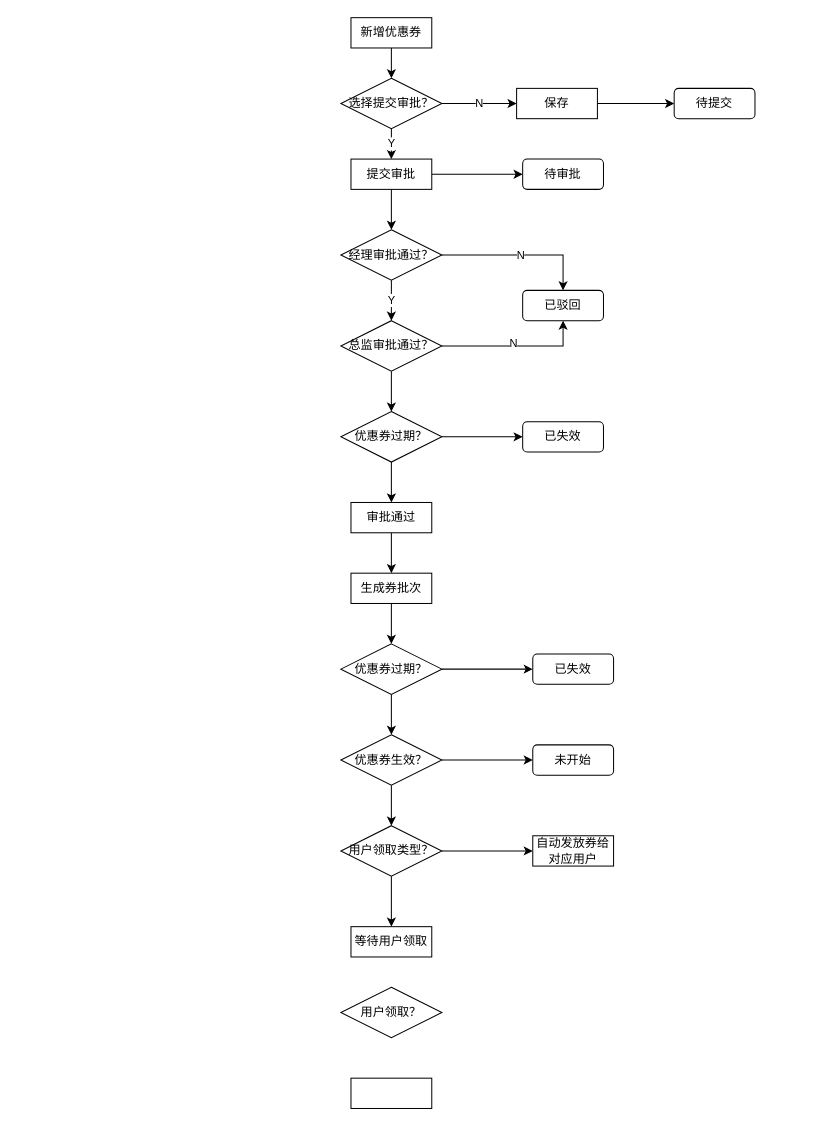
ppp-203/wc keeps this draw.io diagram as Untitled Diagram.drawio. Above is the earlier version. Source tidied: cells renumbered, new cells numbered last; positions are measured from the earlier drawing's top-left corner, leaving out a move shared by most shapes. Both pictures are drawn from the tidied source at 101%, with x=0, y=0 at pixel (340, 17).
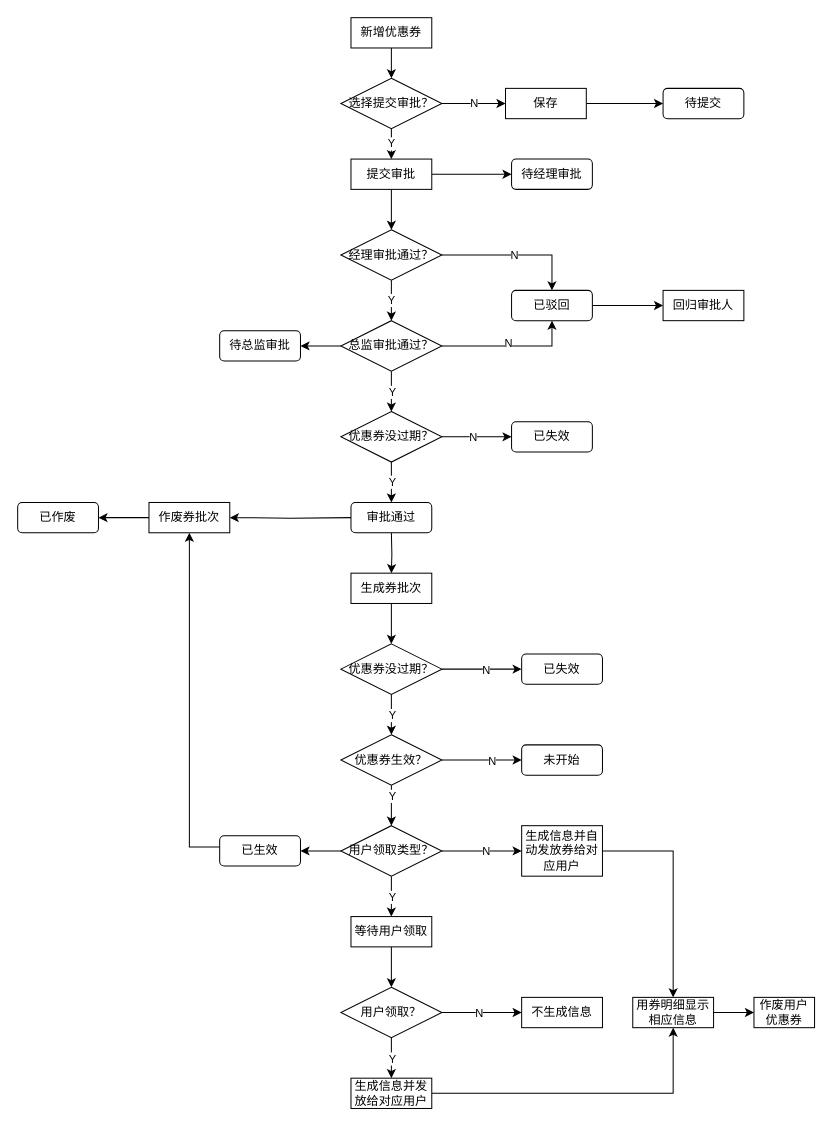
The same diagram, later.

Unchanged cells that the change refers to:
```xml
<mxCell id="10" value="生成券批次" style="rounded=0;whiteSpace=wrap;html=1;" parent="1" vertex="1">
  <mxGeometry x="10" y="550" width="80" height="30" as="geometry" />
</mxCell>
<mxCell id="23" style="edgeStyle=orthogonalEdgeStyle;rounded=0;jettySize=auto;html=1;exitX=0.5;exitY=1;exitDx=0;exitDy=0;entryX=0.5;entryY=0;entryDx=0;entryDy=0;" parent="1" edge="1" source="24" target="29">
  <mxGeometry relative="1" as="geometry" />
</mxCell>
<mxCell id="24" value="总监审批通过？" style="rhombus;whiteSpace=wrap;html=1;" parent="1" vertex="1">
  <mxGeometry y="300" width="100" height="50" as="geometry" />
</mxCell>
<mxCell id="27" style="edgeStyle=orthogonalEdgeStyle;rounded=0;jettySize=auto;html=1;exitX=1;exitY=0.5;exitDx=0;exitDy=0;" parent="1" edge="1" source="29" target="30">
  <mxGeometry relative="1" as="geometry" />
</mxCell>
<mxCell id="34" style="edgeStyle=orthogonalEdgeStyle;rounded=0;jettySize=auto;html=1;exitX=1;exitY=0.5;exitDx=0;exitDy=0;" parent="1" edge="1" source="36" target="31">
  <mxGeometry relative="1" as="geometry" />
</mxCell>
<mxCell id="35" style="edgeStyle=orthogonalEdgeStyle;rounded=0;jettySize=auto;html=1;exitX=0.5;exitY=1;exitDx=0;exitDy=0;entryX=0.5;entryY=0;entryDx=0;entryDy=0;" parent="1" edge="1" source="36" target="43">
  <mxGeometry relative="1" as="geometry" />
</mxCell>
<mxCell id="37" style="edgeStyle=orthogonalEdgeStyle;rounded=0;jettySize=auto;html=1;exitX=1;exitY=0.5;exitDx=0;exitDy=0;entryX=0;entryY=0.5;entryDx=0;entryDy=0;" parent="1" edge="1" source="39" target="40">
  <mxGeometry relative="1" as="geometry" />
</mxCell>
<mxCell id="38" style="edgeStyle=orthogonalEdgeStyle;rounded=0;jettySize=auto;html=1;exitX=0.5;exitY=1;exitDx=0;exitDy=0;" parent="1" edge="1" source="39" target="36">
  <mxGeometry relative="1" as="geometry">
    <Array as="points">
      <mxPoint x="50" y="680" />
      <mxPoint x="50" y="680" />
    </Array>
  </mxGeometry>
</mxCell>
<mxCell id="41" style="edgeStyle=orthogonalEdgeStyle;rounded=0;jettySize=auto;html=1;exitX=1;exitY=0.5;exitDx=0;exitDy=0;" parent="1" edge="1" source="43" target="44">
  <mxGeometry relative="1" as="geometry" />
</mxCell>
<mxCell id="42" style="edgeStyle=orthogonalEdgeStyle;rounded=0;jettySize=auto;html=1;exitX=0.5;exitY=1;exitDx=0;exitDy=0;" parent="1" edge="1" source="43" target="32">
  <mxGeometry relative="1" as="geometry" />
</mxCell>
<mxCell id="43" value="用户领取类型？" style="rhombus;whiteSpace=wrap;html=1;" parent="1" vertex="1">
  <mxGeometry y="800" width="100" height="50" as="geometry" />
</mxCell>
<mxCell id="45" value="用户领取？" style="rhombus;whiteSpace=wrap;html=1;" parent="1" vertex="1">
  <mxGeometry y="960" width="100" height="50" as="geometry" />
</mxCell>
```

Diff of the diagram source:
```diff
@@
-    <mxCell id="7" style="edgeStyle=orthogonalEdgeStyle;rounded=0;jettySize=auto;html=1;exitX=0.5;exitY=1;exitDx=0;exitDy=0;entryX=0.5;entryY=0;entryDx=0;entryDy=0;" parent="1" edge="1" source="8" target="10">
-      <mxGeometry relative="1" as="geometry" />
+    <mxCell id="7" style="edgeStyle=orthogonalEdgeStyle;rounded=0;jettySize=auto;html=1;exitX=0.5;exitY=1;exitDx=0;exitDy=0;entryX=0.5;entryY=0;entryDx=0;entryDy=0;" parent="1" edge="1" target="10">
+      <mxGeometry relative="1" as="geometry">
+        <mxPoint x="50" y="510" as="sourcePoint" />
+      </mxGeometry>
     </mxCell>
-    <mxCell id="8" value="审批通过" style="rounded=0;whiteSpace=wrap;html=1;" parent="1" vertex="1">
-      <mxGeometry x="10" y="480" width="80" height="30" as="geometry" />
-    </mxCell>
+    <mxCell id="46" style="edgeStyle=orthogonalEdgeStyle;rounded=0;jettySize=auto;html=1;" parent="1" edge="1" target="74">
+      <mxGeometry relative="1" as="geometry">
+        <mxPoint x="10" y="495" as="sourcePoint" />
+      </mxGeometry>
+    </mxCell>
@@
     <mxCell id="11" value="待提交" style="rounded=1;whiteSpace=wrap;html=1;" parent="1" vertex="1">
-      <mxGeometry x="330" y="70" width="80" height="30" as="geometry" />
+      <mxGeometry x="319" y="70" width="80" height="30" as="geometry" />
     </mxCell>
-    <mxCell id="12" value="待审批" style="rounded=1;whiteSpace=wrap;html=1;" parent="1" vertex="1">
-      <mxGeometry x="180" y="140" width="80" height="30" as="geometry" />
+    <mxCell id="12" value="待经理审批" style="rounded=1;whiteSpace=wrap;html=1;" parent="1" vertex="1">
+      <mxGeometry x="169" y="140" width="80" height="30" as="geometry" />
     </mxCell>
@@
     <mxCell id="20" value="保存" style="rounded=0;whiteSpace=wrap;html=1;" parent="1" vertex="1">
-      <mxGeometry x="174" y="70" width="80" height="30" as="geometry" />
+      <mxGeometry x="163" y="70" width="80" height="30" as="geometry" />
     </mxCell>
@@
+    <mxCell id="47" value="Y" style="edgeLabel;html=1;align=center;verticalAlign=middle;" parent="23" vertex="1">
+      <mxGeometry x="0.4" y="10" relative="1" as="geometry">
+        <mxPoint x="-10" y="-8" as="offset" />
+      </mxGeometry>
+    </mxCell>
+    <mxCell id="48" style="edgeStyle=orthogonalEdgeStyle;rounded=0;jettySize=auto;html=1;exitX=0;exitY=0.5;exitDx=0;exitDy=0;entryX=1;entryY=0.5;entryDx=0;entryDy=0;" parent="1" edge="1" source="24" target="68">
+      <mxGeometry relative="1" as="geometry" />
+    </mxCell>
@@
+    <mxCell id="49" style="edgeStyle=orthogonalEdgeStyle;rounded=0;jettySize=auto;html=1;" parent="1" edge="1" source="25" target="72">
+      <mxGeometry relative="1" as="geometry" />
+    </mxCell>
     <mxCell id="25" value="已驳回" style="rounded=1;whiteSpace=wrap;html=1;" parent="1" vertex="1">
-      <mxGeometry x="180" y="270" width="80" height="30" as="geometry" />
+      <mxGeometry x="169" y="270" width="80" height="30" as="geometry" />
     </mxCell>
@@
+    <mxCell id="50" value="N" style="edgeLabel;html=1;align=center;verticalAlign=middle;" parent="27" vertex="1">
+      <mxGeometry x="0.75" y="-4" relative="1" as="geometry">
+        <mxPoint x="-30" y="-4" as="offset" />
+      </mxGeometry>
+    </mxCell>
-    <mxCell id="28" style="edgeStyle=orthogonalEdgeStyle;rounded=0;jettySize=auto;html=1;exitX=0.5;exitY=1;exitDx=0;exitDy=0;entryX=0.5;entryY=0;entryDx=0;entryDy=0;" parent="1" edge="1" source="29" target="8">
-      <mxGeometry relative="1" as="geometry" />
+    <mxCell id="28" style="edgeStyle=orthogonalEdgeStyle;rounded=0;jettySize=auto;html=1;exitX=0.5;exitY=1;exitDx=0;exitDy=0;entryX=0.5;entryY=0;entryDx=0;entryDy=0;" parent="1" edge="1" source="29">
+      <mxGeometry relative="1" as="geometry">
+        <mxPoint x="50" y="480" as="targetPoint" />
+      </mxGeometry>
     </mxCell>
+    <mxCell id="51" value="Y" style="edgeLabel;html=1;align=center;verticalAlign=middle;" parent="28" vertex="1">
+      <mxGeometry x="0.4" y="-10" relative="1" as="geometry">
+        <mxPoint x="10" y="-8" as="offset" />
+      </mxGeometry>
+    </mxCell>
-    <mxCell id="29" value="优惠券过期？" style="rhombus;whiteSpace=wrap;html=1;" parent="1" vertex="1">
+    <mxCell id="29" value="优惠券没过期？" style="rhombus;whiteSpace=wrap;html=1;" parent="1" vertex="1">
       <mxGeometry y="390" width="100" height="50" as="geometry" />
     </mxCell>
     <mxCell id="30" value="已失效" style="rounded=1;whiteSpace=wrap;html=1;" parent="1" vertex="1">
-      <mxGeometry x="180" y="400" width="80" height="30" as="geometry" />
+      <mxGeometry x="169" y="400" width="80" height="30" as="geometry" />
     </mxCell>
     <mxCell id="31" value="未开始" style="rounded=1;whiteSpace=wrap;html=1;" parent="1" vertex="1">
-      <mxGeometry x="190" y="720" width="80" height="30" as="geometry" />
+      <mxGeometry x="179" y="720" width="80" height="30" as="geometry" />
     </mxCell>
+    <mxCell id="52" style="edgeStyle=orthogonalEdgeStyle;rounded=0;jettySize=auto;html=1;exitX=0.5;exitY=1;exitDx=0;exitDy=0;entryX=0.5;entryY=0;entryDx=0;entryDy=0;" parent="1" edge="1" source="32" target="45">
+      <mxGeometry relative="1" as="geometry" />
+    </mxCell>
+    <mxCell id="53" style="edgeStyle=orthogonalEdgeStyle;rounded=0;jettySize=auto;html=1;exitX=0.013;exitY=0.367;exitDx=0;exitDy=0;exitPerimeter=0;" parent="1" edge="1" source="67" target="74">
+      <mxGeometry relative="1" as="geometry" />
+    </mxCell>
     <mxCell id="32" value="等待用户领取" style="rounded=0;whiteSpace=wrap;html=1;" parent="1" vertex="1">
-      <mxGeometry x="10" y="900" width="80" height="30" as="geometry" />
+      <mxGeometry x="10" y="890" width="80" height="30" as="geometry" />
     </mxCell>
+    <mxCell id="54" style="edgeStyle=orthogonalEdgeStyle;rounded=0;jettySize=auto;html=1;exitX=1;exitY=0.5;exitDx=0;exitDy=0;entryX=0.5;entryY=1;entryDx=0;entryDy=0;" parent="1" edge="1" source="33" target="71">
+      <mxGeometry relative="1" as="geometry" />
+    </mxCell>
-    <mxCell id="33" style="rounded=0;whiteSpace=wrap;html=1;" parent="1" vertex="1">
+    <mxCell id="33" value="生成信息并发放给对应用户" style="rounded=0;whiteSpace=wrap;html=1;" parent="1" vertex="1">
       <mxGeometry x="10" y="1050" width="80" height="30" as="geometry" />
     </mxCell>
@@
+    <mxCell id="55" value="N" style="edgeLabel;html=1;align=center;verticalAlign=middle;" parent="34" vertex="1">
+      <mxGeometry x="0.24" y="-4" relative="1" as="geometry">
+        <mxPoint y="-4" as="offset" />
+      </mxGeometry>
+    </mxCell>
@@
+    <mxCell id="56" value="Y" style="edgeLabel;html=1;align=center;verticalAlign=middle;" parent="35" vertex="1">
+      <mxGeometry x="0.4" y="-10" relative="1" as="geometry">
+        <mxPoint x="10" y="-18" as="offset" />
+      </mxGeometry>
+    </mxCell>
@@
+    <mxCell id="57" value="N" style="edgeLabel;html=1;align=center;verticalAlign=middle;" parent="37" vertex="1">
+      <mxGeometry x="0.22" y="-3" relative="1" as="geometry">
+        <mxPoint x="-5" y="-3" as="offset" />
+      </mxGeometry>
+    </mxCell>
@@
+    <mxCell id="58" value="Y" style="edgeLabel;html=1;align=center;verticalAlign=middle;" parent="38" vertex="1">
+      <mxGeometry x="0.25" y="11" relative="1" as="geometry">
+        <mxPoint x="-11" y="-5" as="offset" />
+      </mxGeometry>
+    </mxCell>
-    <mxCell id="39" value="优惠券过期？" style="rhombus;whiteSpace=wrap;html=1;" parent="1" vertex="1">
+    <mxCell id="39" value="优惠券没过期？" style="rhombus;whiteSpace=wrap;html=1;" parent="1" vertex="1">
       <mxGeometry y="620" width="100" height="50" as="geometry" />
     </mxCell>
     <mxCell id="40" value="已失效" style="rounded=1;whiteSpace=wrap;html=1;" parent="1" vertex="1">
-      <mxGeometry x="190" y="630" width="80" height="30" as="geometry" />
+      <mxGeometry x="179" y="630" width="80" height="30" as="geometry" />
     </mxCell>
@@
+    <mxCell id="59" value="N" style="edgeLabel;html=1;align=center;verticalAlign=middle;" parent="41" vertex="1">
+      <mxGeometry x="0.22" y="-4" relative="1" as="geometry">
+        <mxPoint x="-5" y="-4" as="offset" />
+      </mxGeometry>
+    </mxCell>
@@
+    <mxCell id="60" value="Y" style="edgeLabel;html=1;align=center;verticalAlign=middle;" parent="42" vertex="1">
+      <mxGeometry x="0.25" y="-11" relative="1" as="geometry">
+        <mxPoint x="11" y="-5" as="offset" />
+      </mxGeometry>
+    </mxCell>
+    <mxCell id="61" style="edgeStyle=orthogonalEdgeStyle;rounded=0;jettySize=auto;html=1;exitX=0;exitY=0.5;exitDx=0;exitDy=0;" parent="1" edge="1" source="43" target="67">
+      <mxGeometry relative="1" as="geometry" />
+    </mxCell>
@@
+    <mxCell id="62" style="edgeStyle=orthogonalEdgeStyle;rounded=0;jettySize=auto;html=1;exitX=1;exitY=0.5;exitDx=0;exitDy=0;entryX=0.5;entryY=0;entryDx=0;entryDy=0;" parent="1" edge="1" source="44" target="71">
+      <mxGeometry relative="1" as="geometry" />
+    </mxCell>
-    <mxCell id="44" value="自动发放券给对应用户" style="rounded=0;whiteSpace=wrap;html=1;" parent="1" vertex="1">
-      <mxGeometry x="190" y="810" width="80" height="30" as="geometry" />
+    <mxCell id="44" value="生成信息并自动发放券给对应用户" style="rounded=0;whiteSpace=wrap;html=1;" parent="1" vertex="1">
+      <mxGeometry x="179" y="800" width="80" height="50" as="geometry" />
     </mxCell>
+    <mxCell id="63" style="edgeStyle=orthogonalEdgeStyle;rounded=0;jettySize=auto;html=1;exitX=0.5;exitY=1;exitDx=0;exitDy=0;" parent="1" edge="1" source="45" target="33">
+      <mxGeometry relative="1" as="geometry" />
+    </mxCell>
+    <mxCell id="64" value="Y" style="edgeLabel;html=1;align=center;verticalAlign=middle;" parent="63" vertex="1">
+      <mxGeometry x="0.4" y="-10" relative="1" as="geometry">
+        <mxPoint x="10" y="-8" as="offset" />
+      </mxGeometry>
+    </mxCell>
+    <mxCell id="65" style="edgeStyle=orthogonalEdgeStyle;rounded=0;jettySize=auto;html=1;exitX=1;exitY=0.5;exitDx=0;exitDy=0;entryX=0;entryY=0.5;entryDx=0;entryDy=0;" parent="1" edge="1" source="45" target="69">
+      <mxGeometry relative="1" as="geometry" />
+    </mxCell>
+    <mxCell id="66" value="N" style="edgeLabel;html=1;align=center;verticalAlign=middle;" parent="65" vertex="1">
+      <mxGeometry x="-0.24" y="-3" relative="1" as="geometry">
+        <mxPoint x="6" y="-3" as="offset" />
+      </mxGeometry>
+    </mxCell>
@@
+    <mxCell id="67" value="已生效" style="rounded=1;whiteSpace=wrap;html=1;" parent="1" vertex="1">
+      <mxGeometry x="-120" y="810" width="80" height="30" as="geometry" />
+    </mxCell>
+    <mxCell id="68" value="待总监审批" style="rounded=1;whiteSpace=wrap;html=1;" parent="1" vertex="1">
+      <mxGeometry x="-120" y="310" width="80" height="30" as="geometry" />
+    </mxCell>
+    <mxCell id="69" value="不生成信息" style="rounded=0;whiteSpace=wrap;html=1;" parent="1" vertex="1">
+      <mxGeometry x="179" y="970" width="80" height="30" as="geometry" />
+    </mxCell>
+    <mxCell id="70" style="edgeStyle=orthogonalEdgeStyle;rounded=0;jettySize=auto;html=1;" parent="1" edge="1" source="71" target="76">
+      <mxGeometry relative="1" as="geometry" />
+    </mxCell>
+    <mxCell id="71" value="用券明细显示相应信息" style="rounded=0;whiteSpace=wrap;html=1;" parent="1" vertex="1">
+      <mxGeometry x="289" y="970" width="80" height="30" as="geometry" />
+    </mxCell>
+    <mxCell id="72" value="回归审批人" style="rounded=0;whiteSpace=wrap;html=1;" parent="1" vertex="1">
+      <mxGeometry x="319" y="270" width="80" height="30" as="geometry" />
+    </mxCell>
+    <mxCell id="73" style="edgeStyle=orthogonalEdgeStyle;rounded=0;jettySize=auto;html=1;" parent="1" edge="1" source="74" target="75">
+      <mxGeometry relative="1" as="geometry" />
+    </mxCell>
+    <mxCell id="74" value="作废券批次" style="rounded=0;whiteSpace=wrap;html=1;" parent="1" vertex="1">
+      <mxGeometry x="-190" y="480" width="80" height="30" as="geometry" />
+    </mxCell>
+    <mxCell id="75" value="已作废" style="rounded=1;whiteSpace=wrap;html=1;" parent="1" vertex="1">
+      <mxGeometry x="-320" y="480" width="80" height="30" as="geometry" />
+    </mxCell>
+    <mxCell id="8" value="审批通过" style="rounded=1;whiteSpace=wrap;html=1;" parent="1" vertex="1">
+      <mxGeometry x="10" y="480" width="80" height="30" as="geometry" />
+    </mxCell>
+    <mxCell id="76" value="作废用户&lt;br&gt;优惠券" style="rounded=0;whiteSpace=wrap;html=1;" parent="1" vertex="1">
+      <mxGeometry x="409" y="970" width="60" height="30" as="geometry" />
+    </mxCell>
```
